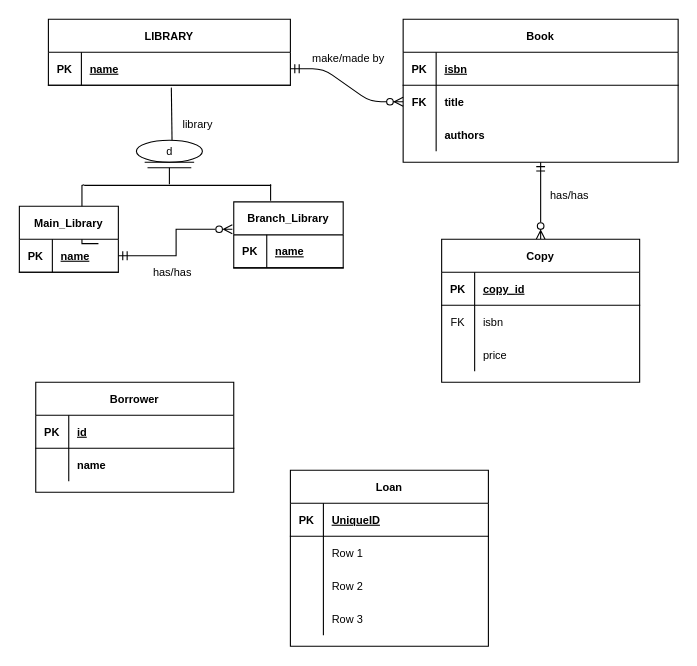
nurezzajeslin/week3 keeps this draw.io diagram as page "Q3-CROWSFOOT" (7 of 7) of DBDESIGN-ASS1.drawio. Above is the earlier version. Source tidied: cells renumbered, new cells numbered last; positions are measured from the earlier drawing's top-left corner, leaving out a move shared by most shapes. Both pictures are drawn from the tidied source at 110%, with x=0, y=0 at pixel (19, 19).
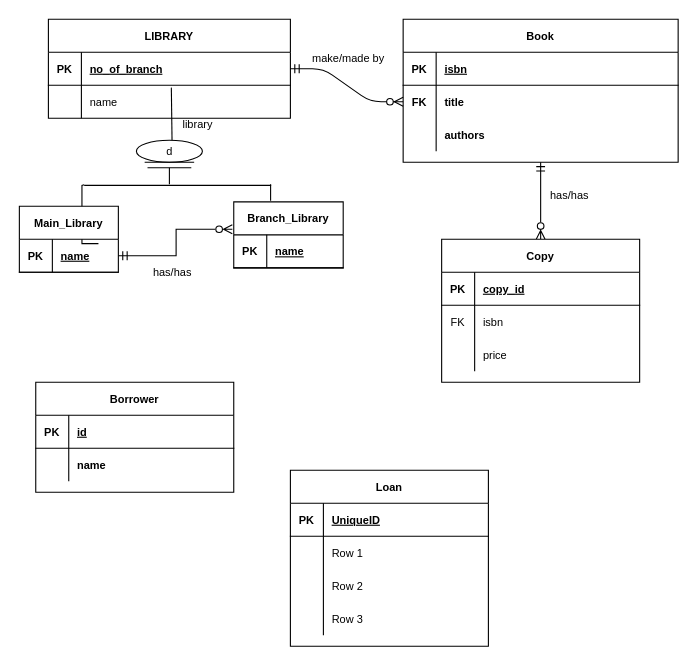
After the change.

The change refers to these unchanged cells:
```xml
<mxCell id="15" style="shape=partialRectangle;fillColor=none;points=[[0,0.5],[1,0.5]];portConstraint=eastwest;top=0;left=0;right=0;bottom=1;fontSize=10;" parent="14" vertex="1">
  <mxGeometry y="30" width="220" height="30" as="geometry" />
</mxCell>
```

Diff of the diagram source:
```diff
@@
     <mxCell id="14" value="LIBRARY" style="shape=table;startSize=30;childLayout=tableLayout;rowLines=0;fontStyle=1;align=center;fontSize=10;" parent="1" vertex="1">
-      <mxGeometry x="26.5" width="220" height="60" as="geometry" />
+      <mxGeometry x="26.5" width="220" height="90" as="geometry" />
     </mxCell>
@@
-    <mxCell id="17" value="name" style="shape=partialRectangle;overflow=hidden;fillColor=none;top=0;left=0;bottom=0;right=0;align=left;spacingLeft=6;fontStyle=5;fontSize=10;" parent="15" vertex="1">
+    <mxCell id="17" value="no_of_branch" style="shape=partialRectangle;overflow=hidden;fillColor=none;top=0;left=0;bottom=0;right=0;align=left;spacingLeft=6;fontStyle=5;fontSize=10;" parent="15" vertex="1">
       <mxGeometry x="30" width="190" height="30" as="geometry" />
     </mxCell>
+    <mxCell id="68" style="shape=tableRow;horizontal=0;startSize=0;swimlaneHead=0;swimlaneBody=0;fillColor=none;top=0;left=0;right=0;bottom=0;fontSize=10;strokeWidth=1;" parent="14" vertex="1">
+      <mxGeometry y="60" width="220" height="30" as="geometry" />
+    </mxCell>
+    <mxCell id="69" style="shape=partialRectangle;fillColor=none;top=0;left=0;bottom=0;right=0;overflow=hidden;fontSize=10;strokeWidth=1;" parent="68" vertex="1">
+      <mxGeometry width="30" height="30" as="geometry" />
+    </mxCell>
+    <mxCell id="70" value="name" style="shape=partialRectangle;fillColor=none;top=0;left=0;bottom=0;right=0;align=left;spacingLeft=6;overflow=hidden;fontSize=10;strokeWidth=1;" parent="68" vertex="1">
+      <mxGeometry x="30" width="190" height="30" as="geometry" />
+    </mxCell>
```
